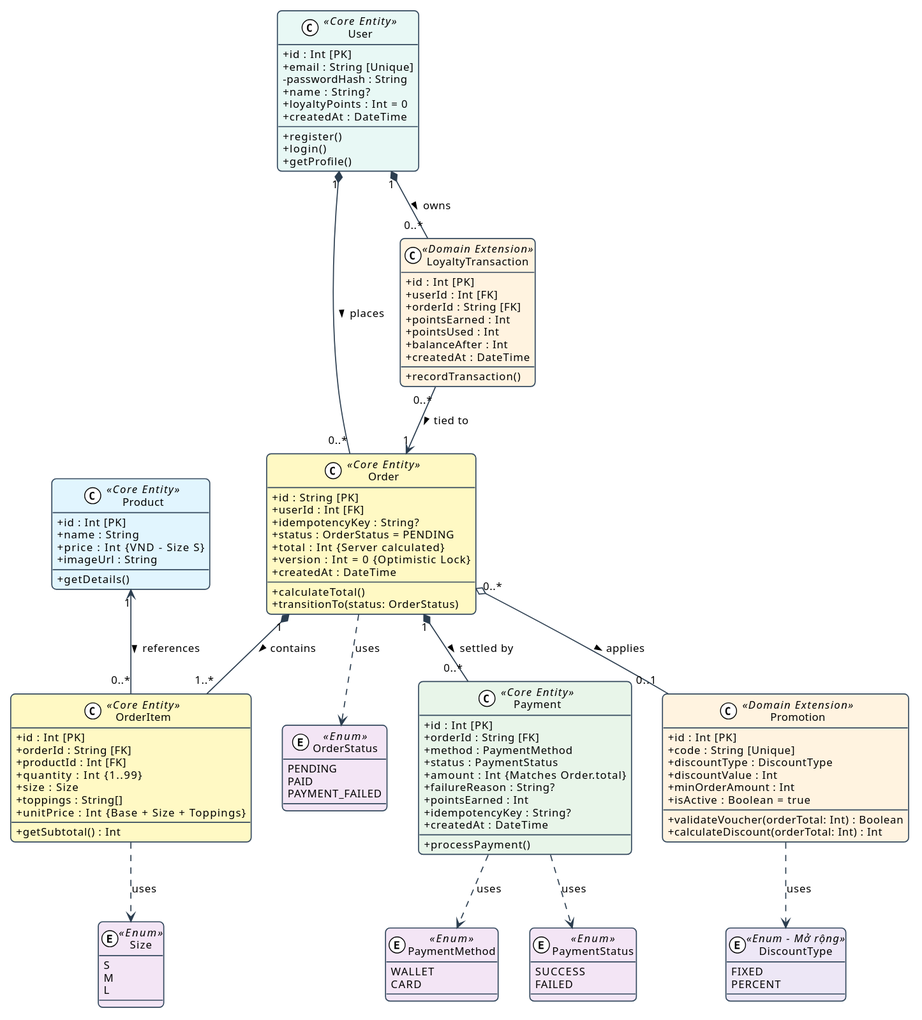
This is docs/diagrams/class-domain.svg from Longcodepro/Project_SE_Assignment02_HK1_2026_2027, a PlantUML export, as it was before one commit.
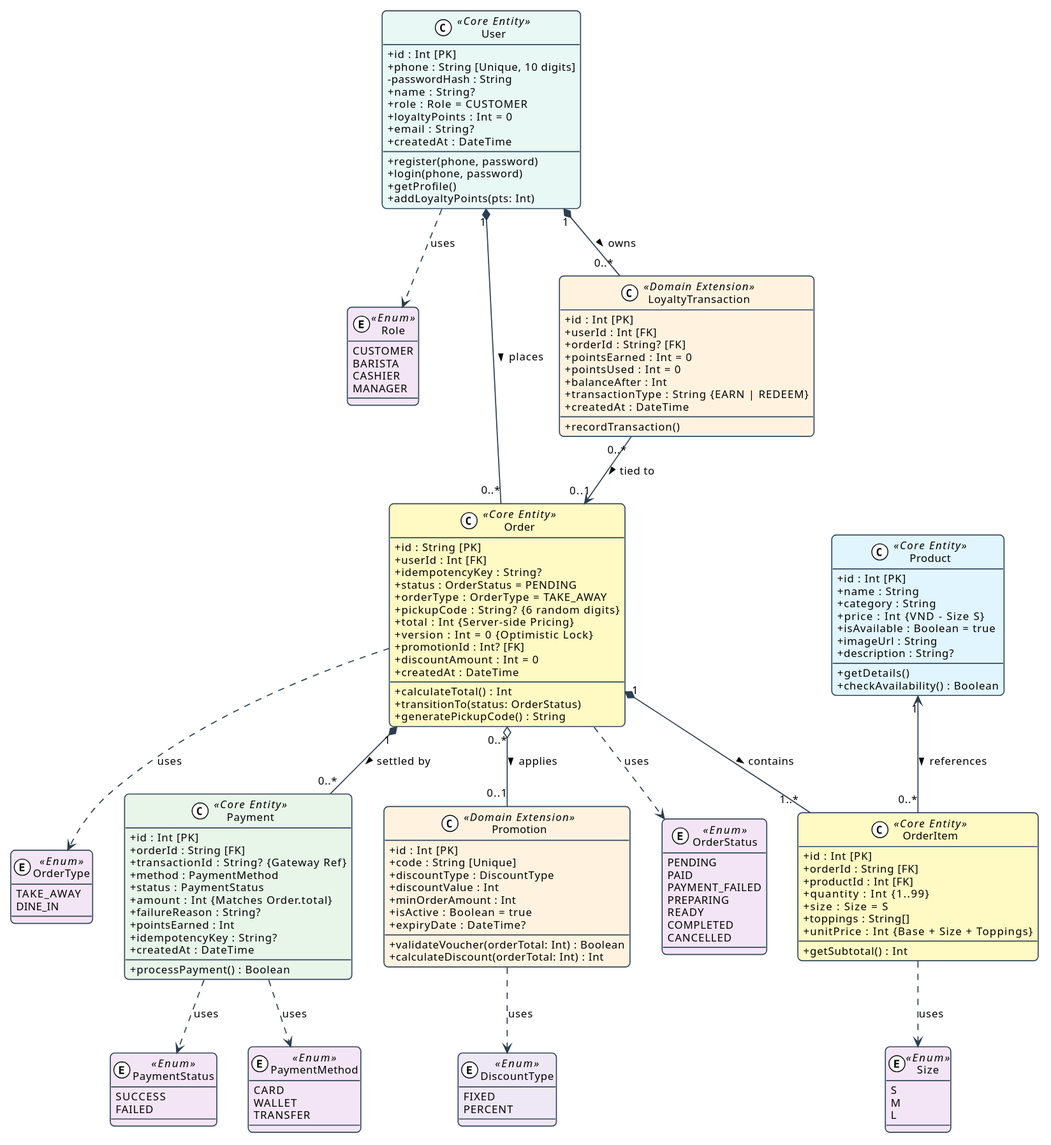
The same diagram one commit later.

Commit message:
docs(task-2.3): cap nhat class diagram dong bo sdt, phan quyen role, ma pickupCode va 7 trang thai order

Diff of the diagram source:
```diff
@@ -12,10 +12,26 @@
 skinparam ArrowColor #2C3E50
 skinparam ArrowThickness 1.2
 
+enum Role <<Enum>> #F3E5F5 {
+  CUSTOMER
+  BARISTA
+  CASHIER
+  MANAGER
+}
+
 enum OrderStatus <<Enum>> #F3E5F5 {
   PENDING
   PAID
   PAYMENT_FAILED
+  PREPARING
+  READY
+  COMPLETED
+  CANCELLED
+}
+
+enum OrderType <<Enum>> #F3E5F5 {
+  TAKE_AWAY
+  DINE_IN
 }
 
 enum Size <<Enum>> #F3E5F5 {
@@ -25,8 +41,9 @@
 }
 
 enum PaymentMethod <<Enum>> #F3E5F5 {
+  CARD
   WALLET
-  CARD
+  TRANSFER
 }
 
 enum PaymentStatus <<Enum>> #F3E5F5 {
@@ -34,31 +51,38 @@
   FAILED
 }
 
-enum DiscountType <<Enum - Mở rộng>> #EDE7F6 {
+enum DiscountType <<Enum>> #EDE7F6 {
   FIXED
   PERCENT
 }
 
 class User <<Core Entity>> #E8F8F5 {
   + id : Int [PK]
-  + email : String [Unique]
+  + phone : String [Unique, 10 digits]
   - passwordHash : String
   + name : String?
+  + role : Role = CUSTOMER
   + loyaltyPoints : Int = 0
+  + email : String?
   + createdAt : DateTime
   __
-  + register()
-  + login()
+  + register(phone, password)
+  + login(phone, password)
   + getProfile()
+  + addLoyaltyPoints(pts: Int)
 }
 
 class Product <<Core Entity>> #E1F5FE {
   + id : Int [PK]
   + name : String
+  + category : String
   + price : Int  {VND - Size S}
+  + isAvailable : Boolean = true
   + imageUrl : String
+  + description : String?
   __
   + getDetails()
+  + checkAvailability() : Boolean
 }
 
 class Order <<Core Entity>> #FFF9C4 {
@@ -66,12 +90,17 @@
   + userId : Int [FK]
   + idempotencyKey : String?
   + status : OrderStatus = PENDING
-  + total : Int  {Server calculated}
+  + orderType : OrderType = TAKE_AWAY
+  + pickupCode : String?  {6 random digits}
+  + total : Int  {Server-side Pricing}
   + version : Int = 0  {Optimistic Lock}
+  + promotionId : Int? [FK]
+  + discountAmount : Int = 0
   + createdAt : DateTime
   __
-  + calculateTotal()
+  + calculateTotal() : Int
   + transitionTo(status: OrderStatus)
+  + generatePickupCode() : String
 }
 
 class OrderItem <<Core Entity>> #FFF9C4 {
@@ -79,7 +108,7 @@
   + orderId : String [FK]
   + productId : Int [FK]
   + quantity : Int  {1..99}
-  + size : Size
+  + size : Size = S
   + toppings : String[]
   + unitPrice : Int  {Base + Size + Toppings}
   __
@@ -89,6 +118,7 @@
 class Payment <<Core Entity>> #E8F5E9 {
   + id : Int [PK]
   + orderId : String [FK]
+  + transactionId : String?  {Gateway Ref}
   + method : PaymentMethod
   + status : PaymentStatus
   + amount : Int  {Matches Order.total}
@@ -97,7 +127,7 @@
   + idempotencyKey : String?
   + createdAt : DateTime
   __
-  + processPayment()
+  + processPayment() : Boolean
 }
 
 class Promotion <<Domain Extension>> #FFF3E0 {
@@ -107,6 +137,7 @@
   + discountValue : Int
   + minOrderAmount : Int
   + isActive : Boolean = true
+  + expiryDate : DateTime?
   __
   + validateVoucher(orderTotal: Int) : Boolean
   + calculateDiscount(orderTotal: Int) : Int
@@ -115,10 +146,11 @@
 class LoyaltyTransaction <<Domain Extension>> #FFF3E0 {
   + id : Int [PK]
   + userId : Int [FK]
-  + orderId : String [FK]
-  + pointsEarned : Int
-  + pointsUsed : Int
+  + orderId : String? [FK]
+  + pointsEarned : Int = 0
+  + pointsUsed : Int = 0
   + balanceAfter : Int
+  + transactionType : String  {EARN | REDEEM}
   + createdAt : DateTime
   __
   + recordTransaction()
@@ -133,9 +165,11 @@
 Order "1" *-- "0..*" Payment : "settled by >"
 Order "0..*" o-- "0..1" Promotion : "applies >"
 
-LoyaltyTransaction "0..*" --> "1" Order : "tied to >"
+LoyaltyTransaction "0..*" --> "0..1" Order : "tied to >"
 
+User ..> Role : uses
 Order ..> OrderStatus : uses
+Order ..> OrderType : uses
 OrderItem ..> Size : uses
 Payment ..> PaymentMethod : uses
 Payment ..> PaymentStatus : uses
```
